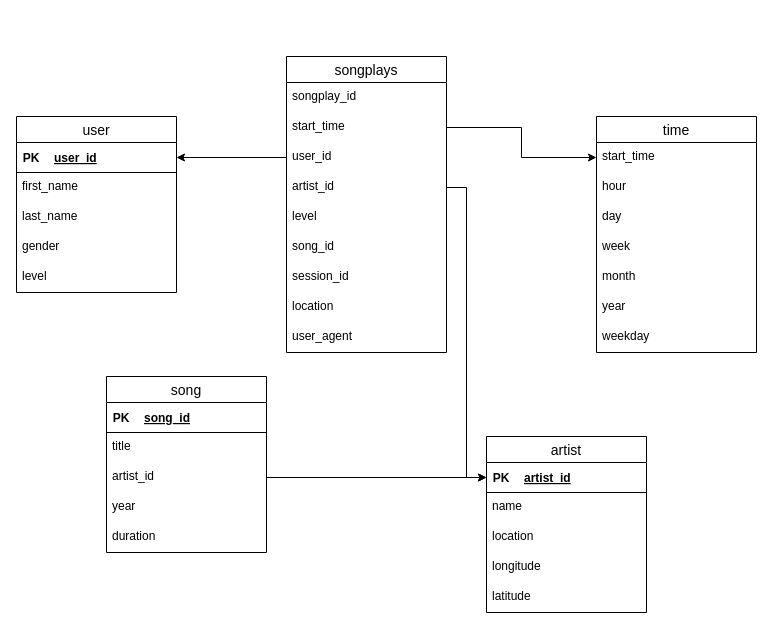
Hazem0h/Sparkify-JSON-Postgres-ETL keeps this draw.io diagram as ERD.drawio. Above is the earlier version. Source tidied: cells renumbered, new cells numbered last; positions are measured from the earlier drawing's top-left corner, leaving out a move shared by most shapes. Both pictures are drawn from the tidied source at 100%, with x=0, y=0 at pixel (16, 56).
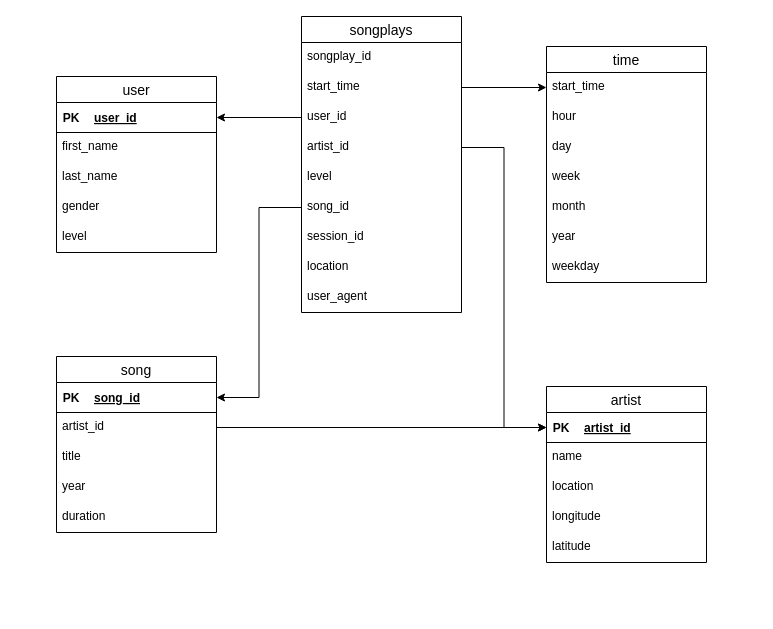
Above is the later version.

Unchanged cells that the change refers to:
```xml
<mxCell id="22" style="shape=tableRow;horizontal=0;startSize=0;swimlaneHead=0;swimlaneBody=0;fillColor=none;points=[[0,0.5],[1,0.5]];portConstraint=eastwest;top=0;left=0;right=0;bottom=1;" parent="21" vertex="1">
  <mxGeometry width="160" height="30" as="geometry" />
</mxCell>
<mxCell id="44" value="song_id" style="text;strokeColor=none;fillColor=none;spacingLeft=4;spacingRight=4;overflow=hidden;points=[[0,0.5],[1,0.5]];portConstraint=eastwest;fontSize=12;" parent="38" vertex="1">
  <mxGeometry y="176" width="160" height="30" as="geometry" />
</mxCell>
```

What changed in the source:
```diff
@@
     <mxCell id="2" value="user" style="swimlane;fontStyle=0;horizontal=1;startSize=26;align=center;fontSize=14;" parent="1" vertex="1">
-      <mxGeometry y="60" width="160" height="176" as="geometry" />
+      <mxGeometry x="40" y="20" width="160" height="176" as="geometry" />
     </mxCell>
@@
     <mxCell id="11" value="artist" style="swimlane;fontStyle=0;horizontal=1;startSize=26;align=center;fontSize=14;" parent="1" vertex="1">
-      <mxGeometry x="470" y="380" width="160" height="176" as="geometry" />
+      <mxGeometry x="530" y="330" width="160" height="176" as="geometry" />
     </mxCell>
@@
     <mxCell id="20" value="song" style="swimlane;fontStyle=0;horizontal=1;startSize=26;align=center;fontSize=14;" parent="1" vertex="1">
-      <mxGeometry x="90" y="320" width="160" height="176" as="geometry" />
+      <mxGeometry x="40" y="300" width="160" height="176" as="geometry" />
     </mxCell>
@@
+    <mxCell id="26" value="artist_id" style="text;strokeColor=none;fillColor=none;spacingLeft=4;spacingRight=4;overflow=hidden;points=[[0,0.5],[1,0.5]];portConstraint=eastwest;fontSize=12;" parent="20" vertex="1">
+      <mxGeometry y="56" width="160" height="30" as="geometry" />
+    </mxCell>
     <mxCell id="25" value="title" style="text;strokeColor=none;fillColor=none;spacingLeft=4;spacingRight=4;overflow=hidden;fontSize=12;" parent="20" vertex="1">
-      <mxGeometry y="56" width="160" height="30" as="geometry" />
+      <mxGeometry y="86" width="160" height="30" as="geometry" />
     </mxCell>
-    <mxCell id="26" value="artist_id" style="text;strokeColor=none;fillColor=none;spacingLeft=4;spacingRight=4;overflow=hidden;points=[[0,0.5],[1,0.5]];portConstraint=eastwest;fontSize=12;" parent="20" vertex="1">
-      <mxGeometry y="86" width="160" height="30" as="geometry" />
-    </mxCell>
@@
     <mxCell id="30" value="time" style="swimlane;fontStyle=0;horizontal=1;startSize=26;align=center;fontSize=14;" parent="1" vertex="1">
-      <mxGeometry x="580" y="60" width="160" height="236" as="geometry" />
+      <mxGeometry x="530" y="-10" width="160" height="236" as="geometry" />
     </mxCell>
@@
     <mxCell id="38" value="songplays" style="swimlane;fontStyle=0;horizontal=1;startSize=26;align=center;fontSize=14;" parent="1" vertex="1">
-      <mxGeometry x="270" width="160" height="296" as="geometry" />
+      <mxGeometry x="285" y="-40" width="160" height="296" as="geometry" />
     </mxCell>
@@
+    <mxCell id="51" style="edgeStyle=orthogonalEdgeStyle;rounded=0;jettySize=auto;html=1;entryX=1;entryY=0.5;entryDx=0;entryDy=0;" parent="1" edge="1" source="44" target="22">
+      <mxGeometry relative="1" as="geometry" />
+    </mxCell>
```
